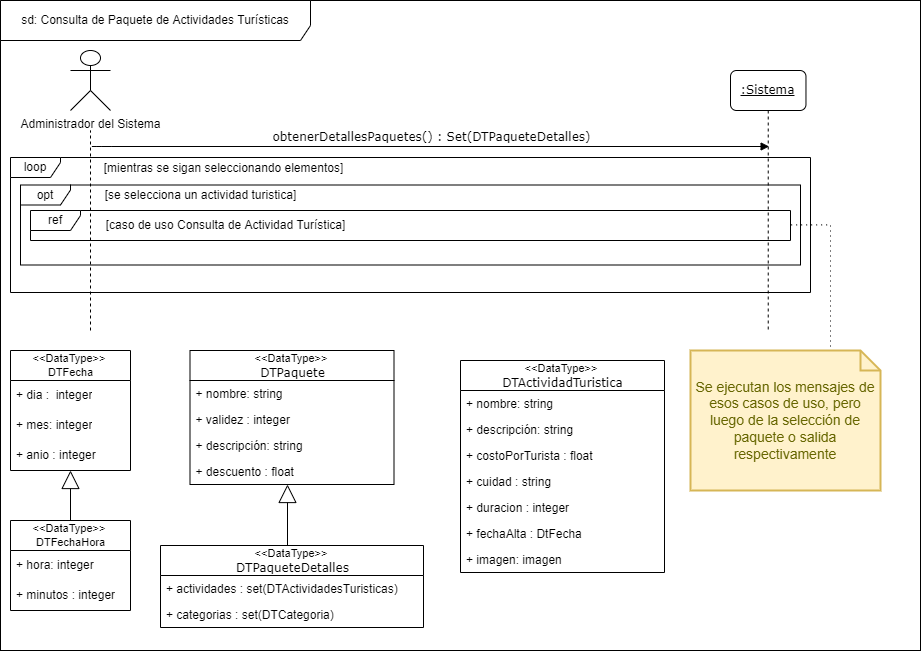
Above: docs/Iteración 2/Análisis/DSS Servidor web/Consulta de paquete.drawio.png in FacundoDiaz00/Taller-de-Programaci-n (draw.io), before the change. Source tidied: cells renumbered, new cells last; positions are measured from the earlier drawing's top-left corner, leaving out a move shared by most shapes. Its diagram source:
```xml
<mxGraphModel>
  <root>
    <mxCell id="0" />
    <mxCell id="1" parent="0" />
    <mxCell id="2" style="rounded=0;whiteSpace=wrap;html=1;fontSize=12;" parent="1" vertex="1">
      <mxGeometry width="920" height="650" as="geometry" />
    </mxCell>
    <mxCell id="3" value="sd:&amp;nbsp;Consulta de Paquete de Actividades Turísticas" style="shape=umlFrame;whiteSpace=wrap;html=1;width=310;height=40;" parent="1" vertex="1">
      <mxGeometry width="920" height="650" as="geometry" />
    </mxCell>
    <mxCell id="4" value="Administrador del Sistema" style="shape=umlActor;verticalLabelPosition=bottom;verticalAlign=top;html=1;outlineConnect=0;rounded=1;" parent="1" vertex="1">
      <mxGeometry x="70" y="50" width="40" height="60" as="geometry" />
    </mxCell>
    <mxCell id="5" style="endArrow=none;dashed=1;html=1;" parent="1" edge="1">
      <mxGeometry relative="1" as="geometry">
        <mxPoint x="90" y="330" as="sourcePoint" />
        <mxPoint x="90" y="130" as="targetPoint" />
      </mxGeometry>
    </mxCell>
    <mxCell id="6" value="&lt;u&gt;:Sistema&lt;/u&gt;" style="shape=umlLifeline;perimeter=lifelinePerimeter;whiteSpace=wrap;html=1;rounded=1;shadow=0;comic=0;labelBackgroundColor=none;strokeWidth=1;fontFamily=Verdana;fontSize=12;align=center;" parent="1" vertex="1">
      <mxGeometry x="730" y="70" width="75.5" height="260" as="geometry" />
    </mxCell>
    <mxCell id="7" value="loop" style="shape=umlFrame;whiteSpace=wrap;html=1;width=50;height=20;" parent="1" vertex="1">
      <mxGeometry x="10" y="157" width="800" height="135" as="geometry" />
    </mxCell>
    <mxCell id="8" value="opt" style="shape=umlFrame;whiteSpace=wrap;html=1;width=50;height=20;" parent="1" vertex="1">
      <mxGeometry x="20" y="184.5" width="780" height="80" as="geometry" />
    </mxCell>
    <mxCell id="9" style="edgeStyle=orthogonalEdgeStyle;rounded=0;jettySize=auto;html=1;fontSize=12;endArrow=none;endFill=0;endSize=16;startArrow=block;startFill=0;startSize=16;entryX=0.5;entryY=0;entryDx=0;entryDy=0;" parent="1" edge="1" source="10" target="17">
      <mxGeometry relative="1" as="geometry">
        <Array as="points">
          <mxPoint x="287" y="545" />
        </Array>
      </mxGeometry>
    </mxCell>
    <mxCell id="10" value="&amp;lt;&amp;lt;DataType&amp;gt;&amp;gt;&amp;nbsp;&lt;span style=&quot;font-family: &amp;quot;verdana&amp;quot; ; font-size: 12px&quot;&gt;&lt;br&gt;DTPaquete&lt;/span&gt;" style="swimlane;fontStyle=0;horizontal=1;startSize=30;sketch=0;fontSize=11;gradientColor=none;html=1;" parent="1" vertex="1">
      <mxGeometry x="189.5" y="350" width="204" height="134" as="geometry" />
    </mxCell>
    <mxCell id="11" value="+ nombre: string" style="text;strokeColor=none;fillColor=none;align=left;verticalAlign=top;spacingLeft=4;spacingRight=4;overflow=hidden;" parent="10" vertex="1">
      <mxGeometry y="30" width="204" height="26" as="geometry" />
    </mxCell>
    <mxCell id="12" value="+ validez : integer" style="text;strokeColor=none;fillColor=none;align=left;verticalAlign=top;spacingLeft=4;spacingRight=4;overflow=hidden;" parent="10" vertex="1">
      <mxGeometry y="56" width="204" height="26" as="geometry" />
    </mxCell>
    <mxCell id="13" value="+ descripción: string" style="text;strokeColor=none;fillColor=none;align=left;verticalAlign=top;spacingLeft=4;spacingRight=4;overflow=hidden;" parent="10" vertex="1">
      <mxGeometry y="82" width="204" height="26" as="geometry" />
    </mxCell>
    <mxCell id="14" value="+ descuento : float" style="text;strokeColor=none;fillColor=none;align=left;verticalAlign=top;spacingLeft=4;spacingRight=4;overflow=hidden;" parent="10" vertex="1">
      <mxGeometry y="108" width="204" height="26" as="geometry" />
    </mxCell>
    <mxCell id="15" value="[se selecciona un actividad turistica]" style="text;html=1;align=center;verticalAlign=middle;strokeColor=none;fillColor=none;" parent="1" vertex="1">
      <mxGeometry x="95" y="180" width="210" height="30" as="geometry" />
    </mxCell>
    <mxCell id="16" value="[mientras se sigan seleccionando elementos]" style="text;html=1;align=center;verticalAlign=middle;strokeColor=none;fillColor=none;" parent="1" vertex="1">
      <mxGeometry x="98" y="158" width="250" height="20" as="geometry" />
    </mxCell>
    <mxCell id="17" value="&amp;lt;&amp;lt;DataType&amp;gt;&amp;gt;&amp;nbsp;&lt;span style=&quot;font-family: &amp;quot;verdana&amp;quot; ; font-size: 12px&quot;&gt;&lt;br&gt;&lt;/span&gt;&lt;span style=&quot;font-family: verdana; font-size: 12px;&quot;&gt;DTPaquete&lt;/span&gt;&lt;span style=&quot;font-family: &amp;quot;verdana&amp;quot; ; font-size: 12px&quot;&gt;Detalles&lt;/span&gt;" style="swimlane;fontStyle=0;horizontal=1;startSize=30;sketch=0;fontSize=11;gradientColor=none;html=1;" parent="1" vertex="1">
      <mxGeometry x="160" y="545" width="263" height="82" as="geometry" />
    </mxCell>
    <mxCell id="18" value="+ actividades : set(DTActividadesTuristicas)&#10;" style="text;strokeColor=none;fillColor=none;align=left;verticalAlign=top;spacingLeft=4;spacingRight=4;overflow=hidden;" parent="17" vertex="1">
      <mxGeometry y="30" width="263" height="26" as="geometry" />
    </mxCell>
    <mxCell id="19" value="+ categorias : set(DTCategoria)&#10;" style="text;strokeColor=none;fillColor=none;align=left;verticalAlign=top;spacingLeft=4;spacingRight=4;overflow=hidden;" parent="17" vertex="1">
      <mxGeometry y="56" width="263" height="26" as="geometry" />
    </mxCell>
    <mxCell id="20" value="&amp;lt;&amp;lt;DataType&amp;gt;&amp;gt;&amp;nbsp;&lt;br&gt;DTFecha" style="swimlane;fontStyle=0;horizontal=1;startSize=30;sketch=0;fontSize=11;gradientColor=none;html=1;" parent="1" vertex="1">
      <mxGeometry x="10" y="350" width="120" height="120" as="geometry" />
    </mxCell>
    <mxCell id="21" value="+ dia :&amp;nbsp; integer" style="text;strokeColor=none;fillColor=none;align=left;verticalAlign=middle;spacingLeft=4;spacingRight=4;overflow=hidden;sketch=0;fontSize=12;html=1;" parent="20" vertex="1">
      <mxGeometry y="30" width="120" height="30" as="geometry" />
    </mxCell>
    <mxCell id="22" value="+ mes: integer" style="text;strokeColor=none;fillColor=none;align=left;verticalAlign=middle;spacingLeft=4;spacingRight=4;overflow=hidden;sketch=0;fontSize=12;html=1;" parent="20" vertex="1">
      <mxGeometry y="60" width="120" height="30" as="geometry" />
    </mxCell>
    <mxCell id="23" value="+ anio : integer" style="text;strokeColor=none;fillColor=none;align=left;verticalAlign=middle;spacingLeft=4;spacingRight=4;overflow=hidden;sketch=0;fontSize=12;html=1;" parent="20" vertex="1">
      <mxGeometry y="90" width="120" height="30" as="geometry" />
    </mxCell>
    <mxCell id="24" style="edgeStyle=orthogonalEdgeStyle;rounded=0;jettySize=auto;html=1;fontSize=12;startArrow=none;startFill=0;endArrow=block;endFill=0;startSize=16;endSize=16;exitX=0.5;exitY=0;exitDx=0;exitDy=0;" parent="1" edge="1" source="25" target="20">
      <mxGeometry relative="1" as="geometry" />
    </mxCell>
    <mxCell id="25" value="&amp;lt;&amp;lt;DataType&amp;gt;&amp;gt;&amp;nbsp;&lt;br&gt;DTFechaHora" style="swimlane;fontStyle=0;horizontal=1;startSize=30;sketch=0;fontSize=11;gradientColor=none;html=1;" parent="1" vertex="1">
      <mxGeometry x="10" y="520" width="120" height="90" as="geometry" />
    </mxCell>
    <mxCell id="26" value="+ hora: integer" style="text;strokeColor=none;fillColor=none;align=left;verticalAlign=middle;spacingLeft=4;spacingRight=4;overflow=hidden;sketch=0;fontSize=12;html=1;" parent="25" vertex="1">
      <mxGeometry y="30" width="120" height="30" as="geometry" />
    </mxCell>
    <mxCell id="27" value="+ minutos : integer" style="text;strokeColor=none;fillColor=none;align=left;verticalAlign=middle;spacingLeft=4;spacingRight=4;overflow=hidden;sketch=0;fontSize=12;html=1;" parent="25" vertex="1">
      <mxGeometry y="60" width="120" height="30" as="geometry" />
    </mxCell>
    <mxCell id="28" value="obtenerDetallesPaquetes() : Set(&lt;span style=&quot;font-family: verdana;&quot;&gt;DTPaquete&lt;/span&gt;&lt;span style=&quot;font-family: verdana;&quot;&gt;Detalles&lt;/span&gt;)" style="html=1;verticalAlign=bottom;endArrow=block;labelBackgroundColor=none;fontFamily=Verdana;fontSize=12;edgeStyle=elbowEdgeStyle;elbow=vertical;" parent="1" edge="1">
      <mxGeometry relative="1" as="geometry">
        <mxPoint x="91.4" y="146" as="sourcePoint" />
        <mxPoint x="768.6" y="146" as="targetPoint" />
        <Array as="points">
          <mxPoint x="101.4" y="146" />
        </Array>
      </mxGeometry>
    </mxCell>
    <mxCell id="29" value="ref" style="shape=umlFrame;whiteSpace=wrap;html=1;width=50;height=20;" parent="1" vertex="1">
      <mxGeometry x="30" y="210" width="760" height="30" as="geometry" />
    </mxCell>
    <mxCell id="30" style="edgeStyle=orthogonalEdgeStyle;rounded=0;jettySize=auto;html=1;dashed=1;dashPattern=1 4;endArrow=none;endFill=0;entryX=0.995;entryY=0.493;entryDx=0;entryDy=0;entryPerimeter=0;" parent="1" edge="1" target="33">
      <mxGeometry relative="1" as="geometry">
        <mxPoint x="790" y="410" as="sourcePoint" />
      </mxGeometry>
    </mxCell>
    <mxCell id="31" value="[caso de uso&amp;nbsp;Consulta de Actividad Turística]" style="text;html=1;align=center;verticalAlign=middle;strokeColor=none;fillColor=none;" parent="1" vertex="1">
      <mxGeometry x="95" y="209.5" width="260" height="30" as="geometry" />
    </mxCell>
    <mxCell id="32" style="edgeStyle=orthogonalEdgeStyle;rounded=0;jettySize=auto;html=1;entryX=0.999;entryY=0.48;entryDx=0;entryDy=0;entryPerimeter=0;dashed=1;endArrow=none;endFill=0;exitX=0;exitY=0;exitDx=180;exitDy=10;exitPerimeter=0;dashPattern=1 4;" parent="1" edge="1" source="33" target="29">
      <mxGeometry relative="1" as="geometry">
        <Array as="points">
          <mxPoint x="830" y="383" />
          <mxPoint x="830" y="224" />
        </Array>
      </mxGeometry>
    </mxCell>
    <mxCell id="33" value="Se ejecutan los mensajes de esos casos de uso, pero luego de la selección de paquete o salida respectivamente" style="shape=note;strokeWidth=2;fontSize=14;size=20;whiteSpace=wrap;html=1;fillColor=#fff2cc;strokeColor=#d6b656;fontColor=#666600;" parent="1" vertex="1">
      <mxGeometry x="690" y="350" width="190" height="140" as="geometry" />
    </mxCell>
    <mxCell id="34" value="&amp;lt;&amp;lt;DataType&amp;gt;&amp;gt;&amp;nbsp;&lt;span style=&quot;font-family: &amp;quot;verdana&amp;quot; ; font-size: 12px&quot;&gt;&lt;br&gt;DTActividadTuristica&lt;/span&gt;" style="swimlane;fontStyle=0;horizontal=1;startSize=30;sketch=0;fontSize=11;gradientColor=none;html=1;" parent="1" vertex="1">
      <mxGeometry x="460" y="360" width="204" height="212" as="geometry" />
    </mxCell>
    <mxCell id="35" value="+ nombre: string" style="text;strokeColor=none;fillColor=none;align=left;verticalAlign=top;spacingLeft=4;spacingRight=4;overflow=hidden;" parent="34" vertex="1">
      <mxGeometry y="30" width="204" height="26" as="geometry" />
    </mxCell>
    <mxCell id="36" value="+ descripción: string" style="text;strokeColor=none;fillColor=none;align=left;verticalAlign=top;spacingLeft=4;spacingRight=4;overflow=hidden;" parent="34" vertex="1">
      <mxGeometry y="56" width="204" height="26" as="geometry" />
    </mxCell>
    <mxCell id="37" value="+ costoPorTurista : float" style="text;strokeColor=none;fillColor=none;align=left;verticalAlign=top;spacingLeft=4;spacingRight=4;overflow=hidden;" parent="34" vertex="1">
      <mxGeometry y="82" width="204" height="26" as="geometry" />
    </mxCell>
    <mxCell id="38" value="+ cuidad : string" style="text;strokeColor=none;fillColor=none;align=left;verticalAlign=top;spacingLeft=4;spacingRight=4;overflow=hidden;" parent="34" vertex="1">
      <mxGeometry y="108" width="204" height="26" as="geometry" />
    </mxCell>
    <mxCell id="39" value="+ duracion : integer" style="text;strokeColor=none;fillColor=none;align=left;verticalAlign=top;spacingLeft=4;spacingRight=4;overflow=hidden;" parent="34" vertex="1">
      <mxGeometry y="134" width="204" height="26" as="geometry" />
    </mxCell>
    <mxCell id="40" value="+ fechaAlta : DtFecha" style="text;strokeColor=none;fillColor=none;align=left;verticalAlign=top;spacingLeft=4;spacingRight=4;overflow=hidden;" parent="34" vertex="1">
      <mxGeometry y="160" width="204" height="26" as="geometry" />
    </mxCell>
    <mxCell id="41" value="+ imagen: imagen" style="text;strokeColor=none;fillColor=none;align=left;verticalAlign=top;spacingLeft=4;spacingRight=4;overflow=hidden;" parent="34" vertex="1">
      <mxGeometry y="186" width="204" height="26" as="geometry" />
    </mxCell>
  </root>
</mxGraphModel>
```
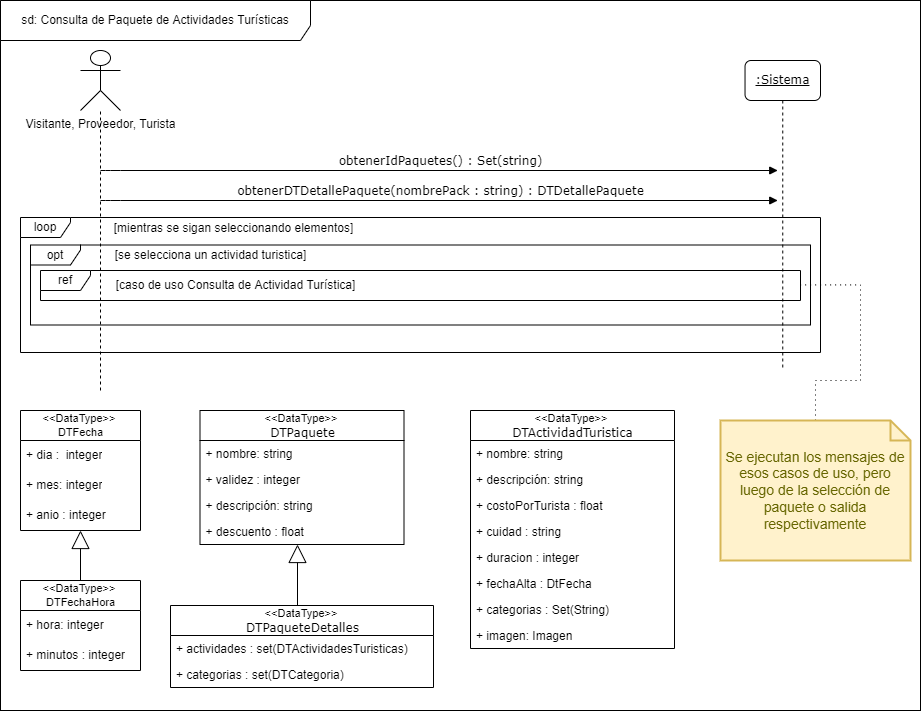
After the change.

Commit message:
Actualizo consulta de paquete web

Change to the diagram source:
```diff
@@ -3,22 +3,21 @@
     <mxCell id="0" />
     <mxCell id="1" parent="0" />
     <mxCell id="2" style="rounded=0;whiteSpace=wrap;html=1;fontSize=12;" parent="1" vertex="1">
-      <mxGeometry width="920" height="650" as="geometry" />
+      <mxGeometry x="-10" y="-60" width="920" height="710" as="geometry" />
     </mxCell>
     <mxCell id="3" value="sd:&amp;nbsp;Consulta de Paquete de Actividades Turísticas" style="shape=umlFrame;whiteSpace=wrap;html=1;width=310;height=40;" parent="1" vertex="1">
-      <mxGeometry width="920" height="650" as="geometry" />
+      <mxGeometry x="-10" y="-60" width="920" height="710" as="geometry" />
     </mxCell>
-    <mxCell id="4" value="Administrador del Sistema" style="shape=umlActor;verticalLabelPosition=bottom;verticalAlign=top;html=1;outlineConnect=0;rounded=1;" parent="1" vertex="1">
-      <mxGeometry x="70" y="50" width="40" height="60" as="geometry" />
+    <mxCell id="4" value="Visitante, Proveedor, Turista" style="shape=umlActor;verticalLabelPosition=bottom;verticalAlign=top;html=1;outlineConnect=0;rounded=1;" parent="1" vertex="1">
+      <mxGeometry x="70" y="-10" width="40" height="60" as="geometry" />
     </mxCell>
-    <mxCell id="5" style="endArrow=none;dashed=1;html=1;" parent="1" edge="1">
+    <mxCell id="5" style="endArrow=none;dashed=1;html=1;" parent="1" edge="1" target="4">
       <mxGeometry relative="1" as="geometry">
         <mxPoint x="90" y="330" as="sourcePoint" />
-        <mxPoint x="90" y="130" as="targetPoint" />
       </mxGeometry>
     </mxCell>
     <mxCell id="6" value="&lt;u&gt;:Sistema&lt;/u&gt;" style="shape=umlLifeline;perimeter=lifelinePerimeter;whiteSpace=wrap;html=1;rounded=1;shadow=0;comic=0;labelBackgroundColor=none;strokeWidth=1;fontFamily=Verdana;fontSize=12;align=center;" parent="1" vertex="1">
-      <mxGeometry x="730" y="70" width="75.5" height="260" as="geometry" />
+      <mxGeometry x="734.5" width="75.5" height="310" as="geometry" />
     </mxCell>
     <mxCell id="7" value="loop" style="shape=umlFrame;whiteSpace=wrap;html=1;width=50;height=20;" parent="1" vertex="1">
       <mxGeometry x="10" y="157" width="800" height="135" as="geometry" />
@@ -87,39 +86,35 @@
     <mxCell id="27" value="+ minutos : integer" style="text;strokeColor=none;fillColor=none;align=left;verticalAlign=middle;spacingLeft=4;spacingRight=4;overflow=hidden;sketch=0;fontSize=12;html=1;" parent="25" vertex="1">
       <mxGeometry y="60" width="120" height="30" as="geometry" />
     </mxCell>
-    <mxCell id="28" value="obtenerDetallesPaquetes() : Set(&lt;span style=&quot;font-family: verdana;&quot;&gt;DTPaquete&lt;/span&gt;&lt;span style=&quot;font-family: verdana;&quot;&gt;Detalles&lt;/span&gt;)" style="html=1;verticalAlign=bottom;endArrow=block;labelBackgroundColor=none;fontFamily=Verdana;fontSize=12;edgeStyle=elbowEdgeStyle;elbow=vertical;" parent="1" edge="1">
+    <mxCell id="28" value="obtenerIdPaquetes() : Set(&lt;font face=&quot;verdana&quot;&gt;string&lt;/font&gt;)" style="html=1;verticalAlign=bottom;endArrow=block;labelBackgroundColor=none;fontFamily=Verdana;fontSize=12;edgeStyle=elbowEdgeStyle;elbow=vertical;" parent="1" edge="1">
       <mxGeometry relative="1" as="geometry">
-        <mxPoint x="91.4" y="146" as="sourcePoint" />
-        <mxPoint x="768.6" y="146" as="targetPoint" />
+        <mxPoint x="90" y="110" as="sourcePoint" />
+        <mxPoint x="767.2" y="110" as="targetPoint" />
         <Array as="points">
-          <mxPoint x="101.4" y="146" />
+          <mxPoint x="100" y="110" />
         </Array>
       </mxGeometry>
     </mxCell>
     <mxCell id="29" value="ref" style="shape=umlFrame;whiteSpace=wrap;html=1;width=50;height=20;" parent="1" vertex="1">
       <mxGeometry x="30" y="210" width="760" height="30" as="geometry" />
     </mxCell>
-    <mxCell id="30" style="edgeStyle=orthogonalEdgeStyle;rounded=0;jettySize=auto;html=1;dashed=1;dashPattern=1 4;endArrow=none;endFill=0;entryX=0.995;entryY=0.493;entryDx=0;entryDy=0;entryPerimeter=0;" parent="1" edge="1" target="33">
-      <mxGeometry relative="1" as="geometry">
-        <mxPoint x="790" y="410" as="sourcePoint" />
-      </mxGeometry>
-    </mxCell>
     <mxCell id="31" value="[caso de uso&amp;nbsp;Consulta de Actividad Turística]" style="text;html=1;align=center;verticalAlign=middle;strokeColor=none;fillColor=none;" parent="1" vertex="1">
       <mxGeometry x="95" y="209.5" width="260" height="30" as="geometry" />
     </mxCell>
-    <mxCell id="32" style="edgeStyle=orthogonalEdgeStyle;rounded=0;jettySize=auto;html=1;entryX=0.999;entryY=0.48;entryDx=0;entryDy=0;entryPerimeter=0;dashed=1;endArrow=none;endFill=0;exitX=0;exitY=0;exitDx=180;exitDy=10;exitPerimeter=0;dashPattern=1 4;" parent="1" edge="1" source="33" target="29">
+    <mxCell id="32" style="edgeStyle=orthogonalEdgeStyle;rounded=0;jettySize=auto;html=1;entryX=0.999;entryY=0.48;entryDx=0;entryDy=0;entryPerimeter=0;dashed=1;endArrow=none;endFill=0;exitX=0.5;exitY=0;exitDx=0;exitDy=0;exitPerimeter=0;dashPattern=1 4;" parent="1" edge="1" source="33" target="29">
       <mxGeometry relative="1" as="geometry">
         <Array as="points">
-          <mxPoint x="830" y="383" />
-          <mxPoint x="830" y="224" />
+          <mxPoint x="805" y="320" />
+          <mxPoint x="850" y="320" />
+          <mxPoint x="850" y="224" />
         </Array>
       </mxGeometry>
     </mxCell>
     <mxCell id="33" value="Se ejecutan los mensajes de esos casos de uso, pero luego de la selección de paquete o salida respectivamente" style="shape=note;strokeWidth=2;fontSize=14;size=20;whiteSpace=wrap;html=1;fillColor=#fff2cc;strokeColor=#d6b656;fontColor=#666600;" parent="1" vertex="1">
-      <mxGeometry x="690" y="350" width="190" height="140" as="geometry" />
+      <mxGeometry x="710" y="360" width="190" height="140" as="geometry" />
     </mxCell>
     <mxCell id="34" value="&amp;lt;&amp;lt;DataType&amp;gt;&amp;gt;&amp;nbsp;&lt;span style=&quot;font-family: &amp;quot;verdana&amp;quot; ; font-size: 12px&quot;&gt;&lt;br&gt;DTActividadTuristica&lt;/span&gt;" style="swimlane;fontStyle=0;horizontal=1;startSize=30;sketch=0;fontSize=11;gradientColor=none;html=1;" parent="1" vertex="1">
-      <mxGeometry x="460" y="360" width="204" height="212" as="geometry" />
+      <mxGeometry x="460" y="350" width="204" height="238" as="geometry" />
     </mxCell>
     <mxCell id="35" value="+ nombre: string" style="text;strokeColor=none;fillColor=none;align=left;verticalAlign=top;spacingLeft=4;spacingRight=4;overflow=hidden;" parent="34" vertex="1">
       <mxGeometry y="30" width="204" height="26" as="geometry" />
@@ -139,8 +134,20 @@
     <mxCell id="40" value="+ fechaAlta : DtFecha" style="text;strokeColor=none;fillColor=none;align=left;verticalAlign=top;spacingLeft=4;spacingRight=4;overflow=hidden;" parent="34" vertex="1">
       <mxGeometry y="160" width="204" height="26" as="geometry" />
     </mxCell>
+    <mxCell id="42" value="+ categorias : Set(String)" style="text;strokeColor=none;fillColor=none;align=left;verticalAlign=top;spacingLeft=4;spacingRight=4;overflow=hidden;" parent="34" vertex="1">
+      <mxGeometry y="186" width="204" height="26" as="geometry" />
+    </mxCell>
-    <mxCell id="41" value="+ imagen: imagen" style="text;strokeColor=none;fillColor=none;align=left;verticalAlign=top;spacingLeft=4;spacingRight=4;overflow=hidden;" parent="34" vertex="1">
-      <mxGeometry y="186" width="204" height="26" as="geometry" />
+    <mxCell id="41" value="+ imagen: Imagen" style="text;strokeColor=none;fillColor=none;align=left;verticalAlign=top;spacingLeft=4;spacingRight=4;overflow=hidden;" parent="34" vertex="1">
+      <mxGeometry y="212" width="204" height="26" as="geometry" />
     </mxCell>
+    <mxCell id="43" value="obtenerDTDetallePaquete(nombrePack : string) : DTDetallePaquete" style="html=1;verticalAlign=bottom;endArrow=block;labelBackgroundColor=none;fontFamily=Verdana;fontSize=12;edgeStyle=elbowEdgeStyle;elbow=vertical;" parent="1" edge="1">
+      <mxGeometry relative="1" as="geometry">
+        <mxPoint x="90" y="140" as="sourcePoint" />
+        <mxPoint x="767.2" y="140" as="targetPoint" />
+        <Array as="points">
+          <mxPoint x="100" y="140" />
+        </Array>
+      </mxGeometry>
+    </mxCell>
   </root>
 </mxGraphModel>
```
